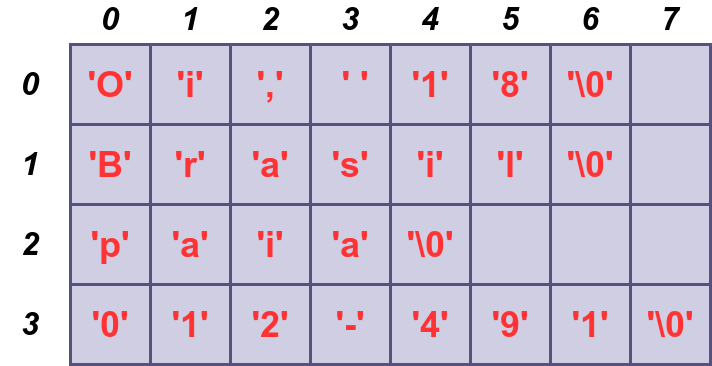
Earlier version of the draw.io export matrizes/images/vetor_strings.png (viniciusrpb/cic0004_apc_engcomp). Source tidied: cells renumbered, new cells last; positions are measured from the earlier drawing's top-left corner, leaving out a move shared by most shapes. Its diagram source:
```xml
<mxGraphModel>
  <root>
    <mxCell id="0" />
    <mxCell id="1" parent="0" />
    <mxCell id="2" value="'O'" style="rounded=0;whiteSpace=wrap;html=1;strokeWidth=3;fontSize=36;fontStyle=1;fillColor=#d0cee2;strokeColor=#56517e;fontColor=#FF3333;" parent="1" vertex="1">
      <mxGeometry x="70" y="40" width="80" height="80" as="geometry" />
    </mxCell>
    <mxCell id="3" value="'i'" style="rounded=0;whiteSpace=wrap;html=1;strokeWidth=3;fontSize=36;fontStyle=1;fillColor=#d0cee2;strokeColor=#56517e;fontColor=#FF3333;" parent="1" vertex="1">
      <mxGeometry x="150" y="40" width="80" height="80" as="geometry" />
    </mxCell>
    <mxCell id="4" value="','" style="rounded=0;whiteSpace=wrap;html=1;strokeWidth=3;fontSize=36;fontStyle=1;fillColor=#d0cee2;strokeColor=#56517e;fontColor=#FF3333;" parent="1" vertex="1">
      <mxGeometry x="230" y="40" width="80" height="80" as="geometry" />
    </mxCell>
    <mxCell id="5" value="&amp;nbsp;' '" style="rounded=0;whiteSpace=wrap;html=1;strokeWidth=3;fontSize=36;fontStyle=1;fillColor=#d0cee2;strokeColor=#56517e;fontColor=#FF3333;" parent="1" vertex="1">
      <mxGeometry x="310" y="40" width="80" height="80" as="geometry" />
    </mxCell>
    <mxCell id="6" value="'1'" style="rounded=0;whiteSpace=wrap;html=1;strokeWidth=3;fontSize=36;fontStyle=1;fillColor=#d0cee2;strokeColor=#56517e;fontColor=#FF3333;" parent="1" vertex="1">
      <mxGeometry x="390" y="40" width="80" height="80" as="geometry" />
    </mxCell>
    <mxCell id="7" value="'8'" style="rounded=0;whiteSpace=wrap;html=1;strokeWidth=3;fontSize=36;fontStyle=1;fillColor=#d0cee2;strokeColor=#56517e;fontColor=#FF3333;" parent="1" vertex="1">
      <mxGeometry x="470" y="40" width="80" height="80" as="geometry" />
    </mxCell>
    <mxCell id="8" value="'\0'" style="rounded=0;whiteSpace=wrap;html=1;strokeWidth=3;fontSize=36;fontStyle=1;fillColor=#d0cee2;strokeColor=#56517e;fontColor=#FF3333;" parent="1" vertex="1">
      <mxGeometry x="550" y="40" width="80" height="80" as="geometry" />
    </mxCell>
    <mxCell id="9" style="rounded=0;whiteSpace=wrap;html=1;strokeWidth=3;fontSize=36;fontStyle=1;fillColor=#d0cee2;strokeColor=#56517e;fontColor=#FF3333;" parent="1" vertex="1">
      <mxGeometry x="630" y="40" width="80" height="80" as="geometry" />
    </mxCell>
    <mxCell id="10" value="'B'" style="rounded=0;whiteSpace=wrap;html=1;strokeWidth=3;fontSize=36;fontStyle=1;fillColor=#d0cee2;strokeColor=#56517e;fontColor=#FF3333;" parent="1" vertex="1">
      <mxGeometry x="70" y="120" width="80" height="80" as="geometry" />
    </mxCell>
    <mxCell id="11" value="'r'" style="rounded=0;whiteSpace=wrap;html=1;strokeWidth=3;fontSize=36;fontStyle=1;fillColor=#d0cee2;strokeColor=#56517e;fontColor=#FF3333;" parent="1" vertex="1">
      <mxGeometry x="150" y="120" width="80" height="80" as="geometry" />
    </mxCell>
    <mxCell id="12" value="'a'" style="rounded=0;whiteSpace=wrap;html=1;strokeWidth=3;fontSize=36;fontStyle=1;fillColor=#d0cee2;strokeColor=#56517e;fontColor=#FF3333;" parent="1" vertex="1">
      <mxGeometry x="230" y="120" width="80" height="80" as="geometry" />
    </mxCell>
    <mxCell id="13" value="'s'" style="rounded=0;whiteSpace=wrap;html=1;strokeWidth=3;fontSize=36;fontStyle=1;fillColor=#d0cee2;strokeColor=#56517e;fontColor=#FF3333;" parent="1" vertex="1">
      <mxGeometry x="310" y="120" width="80" height="80" as="geometry" />
    </mxCell>
    <mxCell id="14" value="'i'" style="rounded=0;whiteSpace=wrap;html=1;strokeWidth=3;fontSize=36;fontStyle=1;fillColor=#d0cee2;strokeColor=#56517e;fontColor=#FF3333;" parent="1" vertex="1">
      <mxGeometry x="390" y="120" width="80" height="80" as="geometry" />
    </mxCell>
    <mxCell id="15" value="'l'" style="rounded=0;whiteSpace=wrap;html=1;strokeWidth=3;fontSize=36;fontStyle=1;fillColor=#d0cee2;strokeColor=#56517e;fontColor=#FF3333;" parent="1" vertex="1">
      <mxGeometry x="470" y="120" width="80" height="80" as="geometry" />
    </mxCell>
    <mxCell id="16" value="'\0'" style="rounded=0;whiteSpace=wrap;html=1;strokeWidth=3;fontSize=36;fontStyle=1;fillColor=#d0cee2;strokeColor=#56517e;fontColor=#FF3333;" parent="1" vertex="1">
      <mxGeometry x="550" y="120" width="80" height="80" as="geometry" />
    </mxCell>
    <mxCell id="17" style="rounded=0;whiteSpace=wrap;html=1;strokeWidth=3;fontSize=36;fontStyle=1;fillColor=#d0cee2;strokeColor=#56517e;fontColor=#FF3333;" parent="1" vertex="1">
      <mxGeometry x="630" y="120" width="80" height="80" as="geometry" />
    </mxCell>
    <mxCell id="18" value="'p'" style="rounded=0;whiteSpace=wrap;html=1;strokeWidth=3;fontSize=36;fontStyle=1;fillColor=#d0cee2;strokeColor=#56517e;fontColor=#FF3333;" parent="1" vertex="1">
      <mxGeometry x="70" y="200" width="80" height="80" as="geometry" />
    </mxCell>
    <mxCell id="19" value="'a'" style="rounded=0;whiteSpace=wrap;html=1;strokeWidth=3;fontSize=36;fontStyle=1;fillColor=#d0cee2;strokeColor=#56517e;fontColor=#FF3333;" parent="1" vertex="1">
      <mxGeometry x="150" y="200" width="80" height="80" as="geometry" />
    </mxCell>
    <mxCell id="20" value="'i'" style="rounded=0;whiteSpace=wrap;html=1;strokeWidth=3;fontSize=36;fontStyle=1;fillColor=#d0cee2;strokeColor=#56517e;fontColor=#FF3333;" parent="1" vertex="1">
      <mxGeometry x="230" y="200" width="80" height="80" as="geometry" />
    </mxCell>
    <mxCell id="21" value="'a'" style="rounded=0;whiteSpace=wrap;html=1;strokeWidth=3;fontSize=36;fontStyle=1;fillColor=#d0cee2;strokeColor=#56517e;fontColor=#FF3333;" parent="1" vertex="1">
      <mxGeometry x="310" y="200" width="80" height="80" as="geometry" />
    </mxCell>
    <mxCell id="22" value="'\0'" style="rounded=0;whiteSpace=wrap;html=1;strokeWidth=3;fontSize=36;fontStyle=1;fillColor=#d0cee2;strokeColor=#56517e;fontColor=#FF3333;" parent="1" vertex="1">
      <mxGeometry x="390" y="200" width="80" height="80" as="geometry" />
    </mxCell>
    <mxCell id="23" style="rounded=0;whiteSpace=wrap;html=1;strokeWidth=3;fontSize=36;fontStyle=1;fillColor=#d0cee2;strokeColor=#56517e;fontColor=#FF3333;" parent="1" vertex="1">
      <mxGeometry x="470" y="200" width="80" height="80" as="geometry" />
    </mxCell>
    <mxCell id="24" style="rounded=0;whiteSpace=wrap;html=1;strokeWidth=3;fontSize=36;fontStyle=1;fillColor=#d0cee2;strokeColor=#56517e;fontColor=#FF3333;" parent="1" vertex="1">
      <mxGeometry x="550" y="200" width="80" height="80" as="geometry" />
    </mxCell>
    <mxCell id="25" style="rounded=0;whiteSpace=wrap;html=1;strokeWidth=3;fontSize=36;fontStyle=1;fillColor=#d0cee2;strokeColor=#56517e;fontColor=#FF3333;" parent="1" vertex="1">
      <mxGeometry x="630" y="200" width="80" height="80" as="geometry" />
    </mxCell>
    <mxCell id="26" value="'0'" style="rounded=0;whiteSpace=wrap;html=1;strokeWidth=3;fontSize=36;fontStyle=1;fillColor=#d0cee2;strokeColor=#56517e;fontColor=#FF3333;" parent="1" vertex="1">
      <mxGeometry x="70" y="280" width="80" height="80" as="geometry" />
    </mxCell>
    <mxCell id="27" value="'1'" style="rounded=0;whiteSpace=wrap;html=1;strokeWidth=3;fontSize=36;fontStyle=1;fillColor=#d0cee2;strokeColor=#56517e;fontColor=#FF3333;" parent="1" vertex="1">
      <mxGeometry x="150" y="280" width="80" height="80" as="geometry" />
    </mxCell>
    <mxCell id="28" value="'2'" style="rounded=0;whiteSpace=wrap;html=1;strokeWidth=3;fontSize=36;fontStyle=1;fillColor=#d0cee2;strokeColor=#56517e;fontColor=#FF3333;" parent="1" vertex="1">
      <mxGeometry x="230" y="280" width="80" height="80" as="geometry" />
    </mxCell>
    <mxCell id="29" value="'-'" style="rounded=0;whiteSpace=wrap;html=1;strokeWidth=3;fontSize=36;fontStyle=1;fillColor=#d0cee2;strokeColor=#56517e;fontColor=#FF3333;" parent="1" vertex="1">
      <mxGeometry x="310" y="280" width="80" height="80" as="geometry" />
    </mxCell>
    <mxCell id="30" value="'4'" style="rounded=0;whiteSpace=wrap;html=1;strokeWidth=3;fontSize=36;fontStyle=1;fillColor=#d0cee2;strokeColor=#56517e;fontColor=#FF3333;" parent="1" vertex="1">
      <mxGeometry x="390" y="280" width="80" height="80" as="geometry" />
    </mxCell>
    <mxCell id="31" value="'9'" style="rounded=0;whiteSpace=wrap;html=1;strokeWidth=3;fontSize=36;fontStyle=1;fillColor=#d0cee2;strokeColor=#56517e;fontColor=#FF3333;" parent="1" vertex="1">
      <mxGeometry x="470" y="280" width="80" height="80" as="geometry" />
    </mxCell>
    <mxCell id="32" value="'1'" style="rounded=0;whiteSpace=wrap;html=1;strokeWidth=3;fontSize=36;fontStyle=1;fillColor=#d0cee2;strokeColor=#56517e;fontColor=#FF3333;" parent="1" vertex="1">
      <mxGeometry x="550" y="280" width="80" height="80" as="geometry" />
    </mxCell>
    <mxCell id="33" value="'\0'" style="rounded=0;whiteSpace=wrap;html=1;strokeWidth=3;fontSize=36;fontStyle=1;fillColor=#d0cee2;strokeColor=#56517e;fontColor=#FF3333;" parent="1" vertex="1">
      <mxGeometry x="630" y="280" width="80" height="80" as="geometry" />
    </mxCell>
    <mxCell id="34" value="0" style="text;html=1;align=center;verticalAlign=middle;whiteSpace=wrap;rounded=0;fontSize=32;fontStyle=3;" parent="1" vertex="1">
      <mxGeometry x="80" width="60" height="30" as="geometry" />
    </mxCell>
    <mxCell id="35" value="1" style="text;html=1;align=center;verticalAlign=middle;whiteSpace=wrap;rounded=0;fontSize=32;fontStyle=3;" parent="1" vertex="1">
      <mxGeometry x="160" width="60" height="30" as="geometry" />
    </mxCell>
    <mxCell id="36" value="2" style="text;html=1;align=center;verticalAlign=middle;whiteSpace=wrap;rounded=0;fontSize=32;fontStyle=3;" parent="1" vertex="1">
      <mxGeometry x="240" width="60" height="30" as="geometry" />
    </mxCell>
    <mxCell id="37" value="3" style="text;html=1;align=center;verticalAlign=middle;whiteSpace=wrap;rounded=0;fontSize=32;fontStyle=3;" parent="1" vertex="1">
      <mxGeometry x="320" width="60" height="30" as="geometry" />
    </mxCell>
    <mxCell id="38" value="4" style="text;html=1;align=center;verticalAlign=middle;whiteSpace=wrap;rounded=0;fontSize=32;fontStyle=3;" parent="1" vertex="1">
      <mxGeometry x="400" width="60" height="30" as="geometry" />
    </mxCell>
    <mxCell id="39" value="5" style="text;html=1;align=center;verticalAlign=middle;whiteSpace=wrap;rounded=0;fontSize=32;fontStyle=3;" parent="1" vertex="1">
      <mxGeometry x="480" width="60" height="30" as="geometry" />
    </mxCell>
    <mxCell id="40" value="6" style="text;html=1;align=center;verticalAlign=middle;whiteSpace=wrap;rounded=0;fontSize=32;fontStyle=3;" parent="1" vertex="1">
      <mxGeometry x="560" width="60" height="30" as="geometry" />
    </mxCell>
    <mxCell id="41" value="7" style="text;html=1;align=center;verticalAlign=middle;whiteSpace=wrap;rounded=0;fontSize=32;fontStyle=3;" parent="1" vertex="1">
      <mxGeometry x="640" width="60" height="30" as="geometry" />
    </mxCell>
    <mxCell id="42" value="0" style="text;html=1;align=center;verticalAlign=middle;whiteSpace=wrap;rounded=0;fontSize=32;fontStyle=3;" parent="1" vertex="1">
      <mxGeometry y="65" width="60" height="30" as="geometry" />
    </mxCell>
    <mxCell id="43" value="1" style="text;html=1;align=center;verticalAlign=middle;whiteSpace=wrap;rounded=0;fontSize=32;fontStyle=3;" parent="1" vertex="1">
      <mxGeometry y="145" width="60" height="30" as="geometry" />
    </mxCell>
    <mxCell id="44" value="2" style="text;html=1;align=center;verticalAlign=middle;whiteSpace=wrap;rounded=0;fontSize=32;fontStyle=3;" parent="1" vertex="1">
      <mxGeometry y="225" width="60" height="30" as="geometry" />
    </mxCell>
    <mxCell id="45" value="3" style="text;html=1;align=center;verticalAlign=middle;whiteSpace=wrap;rounded=0;fontSize=32;fontStyle=3;" parent="1" vertex="1">
      <mxGeometry y="305" width="60" height="30" as="geometry" />
    </mxCell>
  </root>
</mxGraphModel>
```
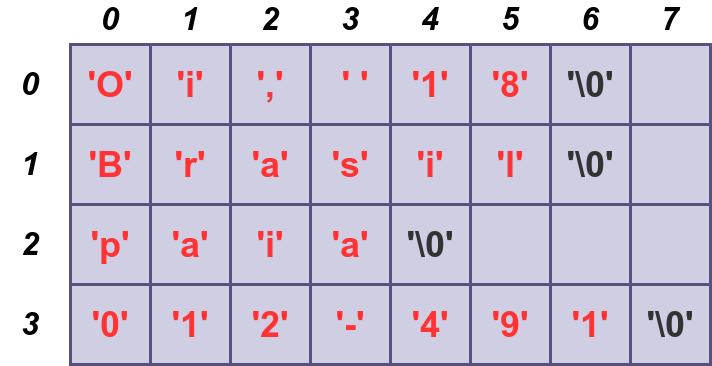
Later version of the same file.

Diff of the diagram source:
```diff
@@ -20,7 +20,7 @@
     <mxCell id="7" value="'8'" style="rounded=0;whiteSpace=wrap;html=1;strokeWidth=3;fontSize=36;fontStyle=1;fillColor=#d0cee2;strokeColor=#56517e;fontColor=#FF3333;" parent="1" vertex="1">
       <mxGeometry x="470" y="40" width="80" height="80" as="geometry" />
     </mxCell>
-    <mxCell id="8" value="'\0'" style="rounded=0;whiteSpace=wrap;html=1;strokeWidth=3;fontSize=36;fontStyle=1;fillColor=#d0cee2;strokeColor=#56517e;fontColor=#FF3333;" parent="1" vertex="1">
+    <mxCell id="8" value="'\0'" style="rounded=0;whiteSpace=wrap;html=1;strokeWidth=3;fontSize=36;fontStyle=1;fillColor=#d0cee2;strokeColor=#56517e;fontColor=#333333;" parent="1" vertex="1">
       <mxGeometry x="550" y="40" width="80" height="80" as="geometry" />
     </mxCell>
     <mxCell id="9" style="rounded=0;whiteSpace=wrap;html=1;strokeWidth=3;fontSize=36;fontStyle=1;fillColor=#d0cee2;strokeColor=#56517e;fontColor=#FF3333;" parent="1" vertex="1">
@@ -44,7 +44,7 @@
     <mxCell id="15" value="'l'" style="rounded=0;whiteSpace=wrap;html=1;strokeWidth=3;fontSize=36;fontStyle=1;fillColor=#d0cee2;strokeColor=#56517e;fontColor=#FF3333;" parent="1" vertex="1">
       <mxGeometry x="470" y="120" width="80" height="80" as="geometry" />
     </mxCell>
-    <mxCell id="16" value="'\0'" style="rounded=0;whiteSpace=wrap;html=1;strokeWidth=3;fontSize=36;fontStyle=1;fillColor=#d0cee2;strokeColor=#56517e;fontColor=#FF3333;" parent="1" vertex="1">
+    <mxCell id="16" value="'\0'" style="rounded=0;whiteSpace=wrap;html=1;strokeWidth=3;fontSize=36;fontStyle=1;fillColor=#d0cee2;strokeColor=#56517e;fontColor=#333333;" parent="1" vertex="1">
       <mxGeometry x="550" y="120" width="80" height="80" as="geometry" />
     </mxCell>
     <mxCell id="17" style="rounded=0;whiteSpace=wrap;html=1;strokeWidth=3;fontSize=36;fontStyle=1;fillColor=#d0cee2;strokeColor=#56517e;fontColor=#FF3333;" parent="1" vertex="1">
@@ -62,7 +62,7 @@
     <mxCell id="21" value="'a'" style="rounded=0;whiteSpace=wrap;html=1;strokeWidth=3;fontSize=36;fontStyle=1;fillColor=#d0cee2;strokeColor=#56517e;fontColor=#FF3333;" parent="1" vertex="1">
       <mxGeometry x="310" y="200" width="80" height="80" as="geometry" />
     </mxCell>
-    <mxCell id="22" value="'\0'" style="rounded=0;whiteSpace=wrap;html=1;strokeWidth=3;fontSize=36;fontStyle=1;fillColor=#d0cee2;strokeColor=#56517e;fontColor=#FF3333;" parent="1" vertex="1">
+    <mxCell id="22" value="'\0'" style="rounded=0;whiteSpace=wrap;html=1;strokeWidth=3;fontSize=36;fontStyle=1;fillColor=#d0cee2;strokeColor=#56517e;fontColor=#333333;" parent="1" vertex="1">
       <mxGeometry x="390" y="200" width="80" height="80" as="geometry" />
     </mxCell>
     <mxCell id="23" style="rounded=0;whiteSpace=wrap;html=1;strokeWidth=3;fontSize=36;fontStyle=1;fillColor=#d0cee2;strokeColor=#56517e;fontColor=#FF3333;" parent="1" vertex="1">
@@ -95,7 +95,7 @@
     <mxCell id="32" value="'1'" style="rounded=0;whiteSpace=wrap;html=1;strokeWidth=3;fontSize=36;fontStyle=1;fillColor=#d0cee2;strokeColor=#56517e;fontColor=#FF3333;" parent="1" vertex="1">
       <mxGeometry x="550" y="280" width="80" height="80" as="geometry" />
     </mxCell>
-    <mxCell id="33" value="'\0'" style="rounded=0;whiteSpace=wrap;html=1;strokeWidth=3;fontSize=36;fontStyle=1;fillColor=#d0cee2;strokeColor=#56517e;fontColor=#FF3333;" parent="1" vertex="1">
+    <mxCell id="33" value="'\0'" style="rounded=0;whiteSpace=wrap;html=1;strokeWidth=3;fontSize=36;fontStyle=1;fillColor=#d0cee2;strokeColor=#56517e;fontColor=#333333;" parent="1" vertex="1">
       <mxGeometry x="630" y="280" width="80" height="80" as="geometry" />
     </mxCell>
     <mxCell id="34" value="0" style="text;html=1;align=center;verticalAlign=middle;whiteSpace=wrap;rounded=0;fontSize=32;fontStyle=3;" parent="1" vertex="1">
```
